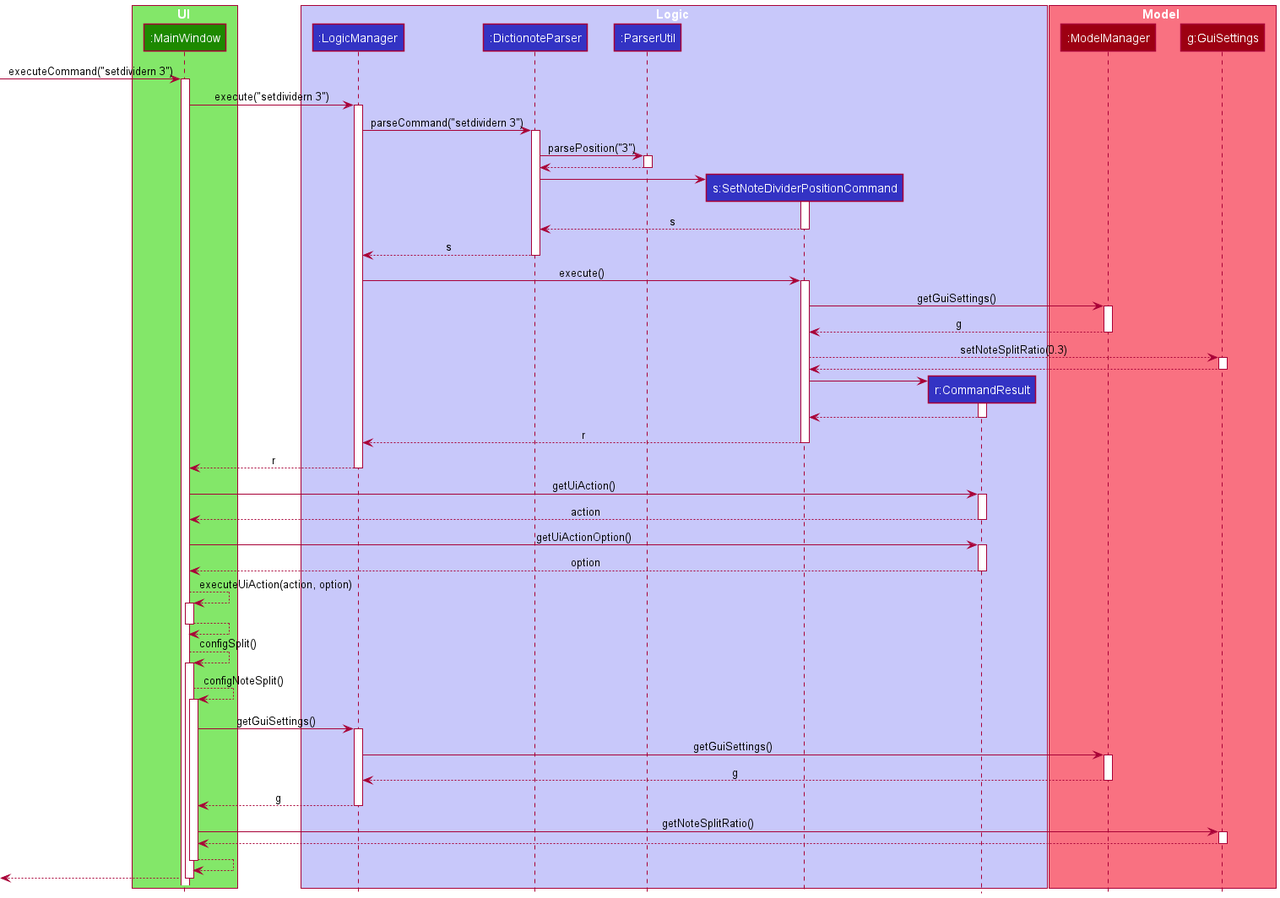
Above: docs/images/ToggleCommandSequenceDiagram.png in nus-cs2103-AY2021S2/tp (PlantUML), before the change.
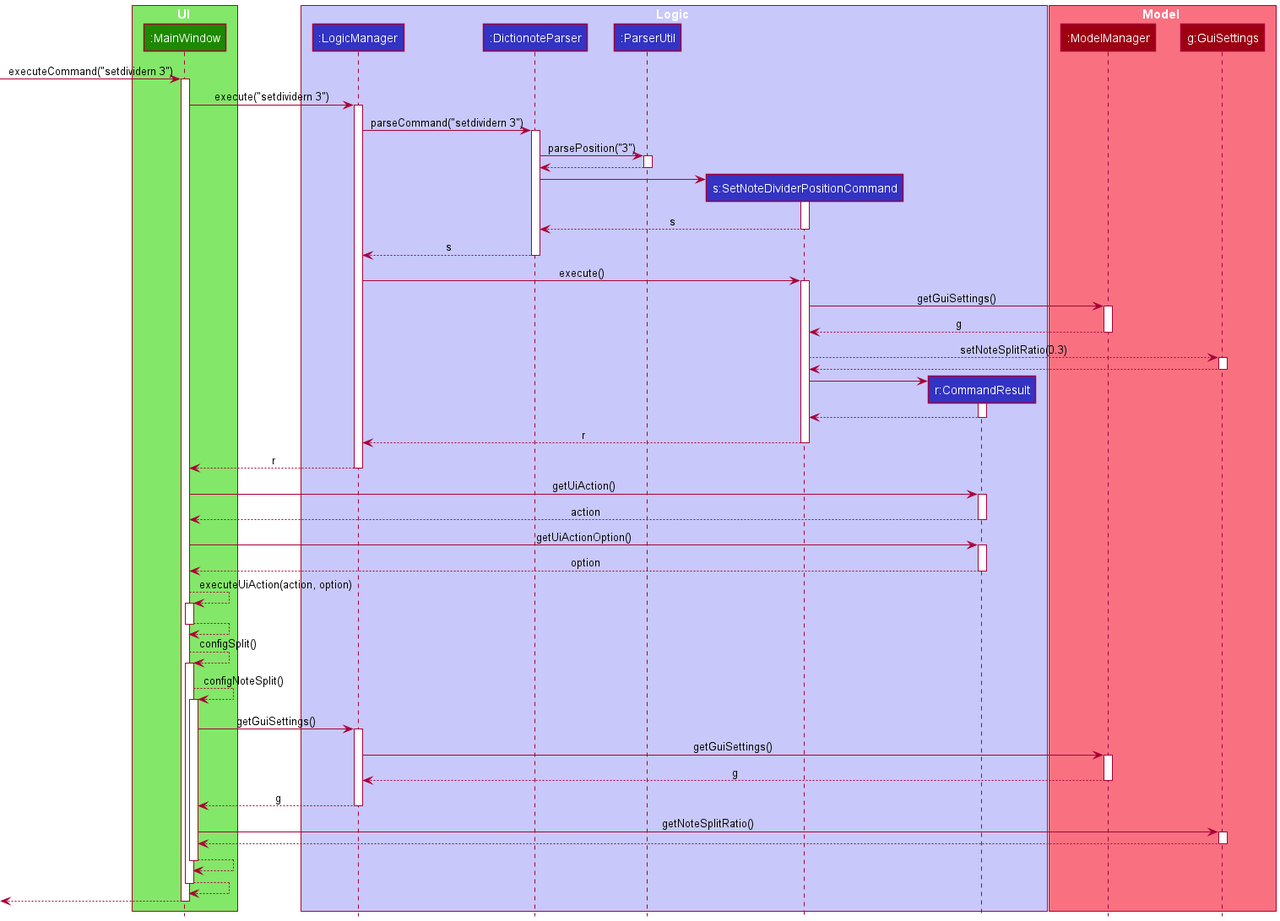
After the commit.

Commit message:
Fix error in diagram

What changed in the source:
```diff
@@ -118,7 +118,8 @@
 GuiSettings --> MainWindow
 deactivate GuiSettings
 
-
+MainWindow --> MainWindow
+deactivate MainWindow
 
 MainWindow --> MainWindow
 deactivate MainWindow
```
